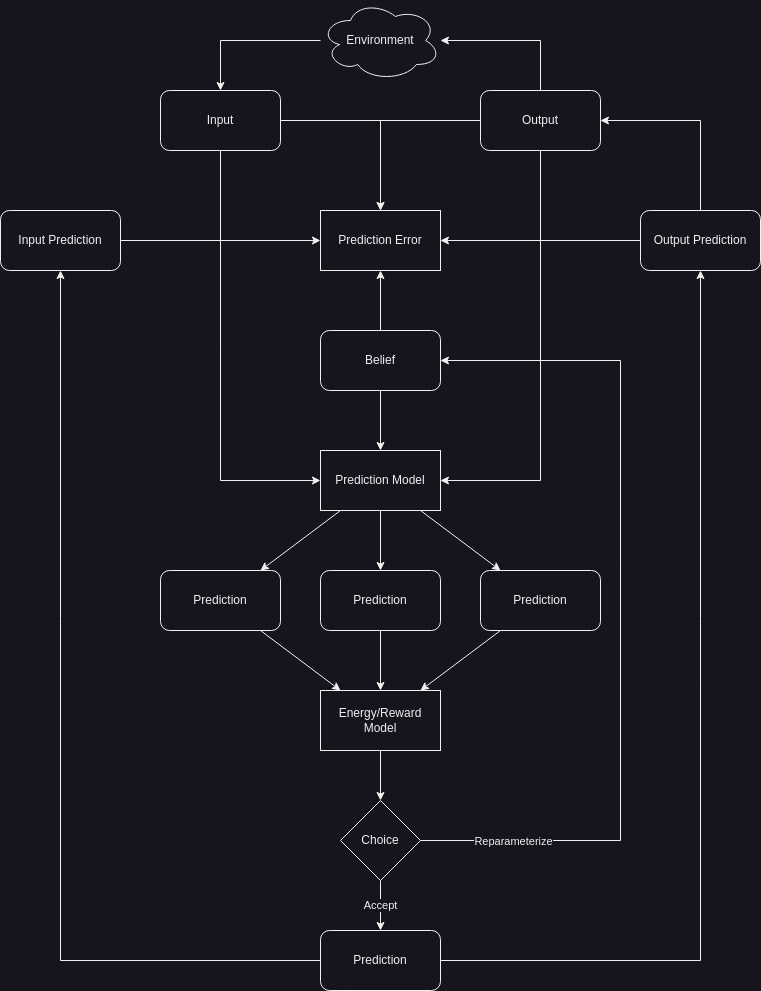
Above: active_inference.png in mtaylor91/ai (draw.io), before the change. Source tidied: cells renumbered, new cells last; positions are measured from the earlier drawing's top-left corner, leaving out a move shared by most shapes.
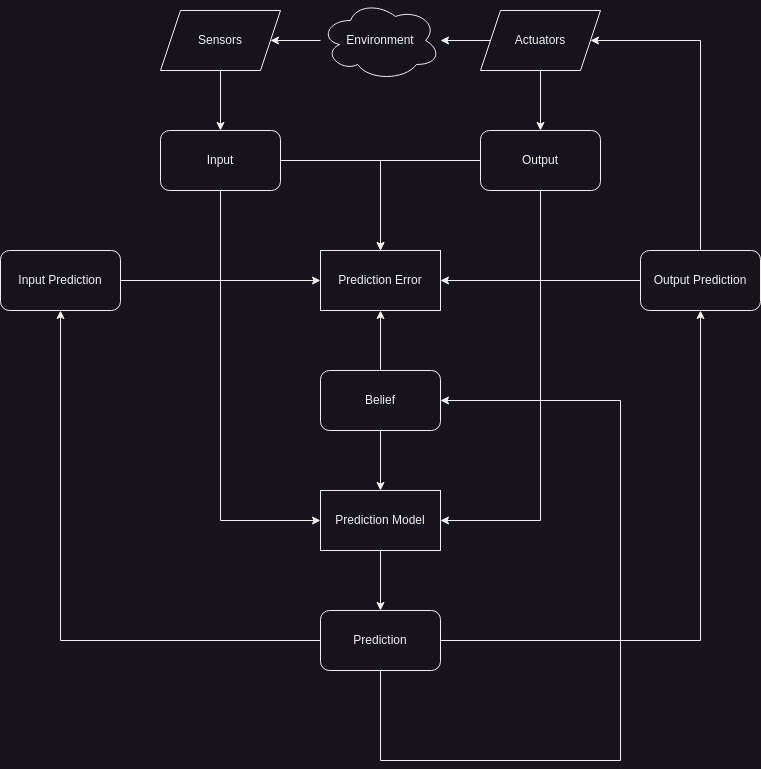
Above is the later version.

Diff of the diagram source:
```diff
@@ -15,32 +15,12 @@
     <mxCell id="4" value="Input" style="rounded=1;whiteSpace=wrap;html=1;" parent="1" vertex="1">
       <mxGeometry x="160" y="90" width="120" height="60" as="geometry" />
     </mxCell>
-    <mxCell id="5" style="edgeStyle=orthogonalEdgeStyle;rounded=0;jettySize=auto;html=1;" parent="1" edge="1" source="8" target="10">
-      <mxGeometry relative="1" as="geometry" />
-    </mxCell>
-    <mxCell id="6" style="rounded=0;jettySize=auto;html=1;" parent="1" edge="1" source="8" target="18">
-      <mxGeometry relative="1" as="geometry" />
-    </mxCell>
-    <mxCell id="7" style="rounded=0;jettySize=auto;html=1;" parent="1" edge="1" source="8" target="16">
-      <mxGeometry relative="1" as="geometry" />
-    </mxCell>
+    <mxCell id="39" style="edgeStyle=orthogonalEdgeStyle;rounded=0;jettySize=auto;html=1;" parent="1" edge="1" source="8" target="23">
+      <mxGeometry relative="1" as="geometry" />
+    </mxCell>
     <mxCell id="8" value="Prediction Model" style="rounded=0;whiteSpace=wrap;html=1;" parent="1" vertex="1">
       <mxGeometry x="320" y="450" width="120" height="60" as="geometry" />
     </mxCell>
-    <mxCell id="9" style="edgeStyle=orthogonalEdgeStyle;rounded=0;jettySize=auto;html=1;" parent="1" edge="1" source="10" target="25">
-      <mxGeometry relative="1" as="geometry" />
-    </mxCell>
-    <mxCell id="10" value="Prediction" style="rounded=1;whiteSpace=wrap;html=1;" parent="1" vertex="1">
-      <mxGeometry x="320" y="570" width="120" height="60" as="geometry" />
-    </mxCell>
-    <mxCell id="11" style="edgeStyle=orthogonalEdgeStyle;rounded=0;jettySize=auto;html=1;" parent="1" edge="1" source="14">
-      <mxGeometry relative="1" as="geometry">
-        <mxPoint x="440" y="40" as="targetPoint" />
-        <Array as="points">
-          <mxPoint x="540" y="40" />
-        </Array>
-      </mxGeometry>
-    </mxCell>
     <mxCell id="12" style="edgeStyle=orthogonalEdgeStyle;rounded=0;jettySize=auto;html=1;entryX=1;entryY=0.5;entryDx=0;entryDy=0;" parent="1" edge="1" source="14" target="8">
       <mxGeometry relative="1" as="geometry">
         <Array as="points">
@@ -54,25 +34,11 @@
     <mxCell id="14" value="Output" style="rounded=1;whiteSpace=wrap;html=1;" parent="1" vertex="1">
       <mxGeometry x="480" y="90" width="120" height="60" as="geometry" />
     </mxCell>
-    <mxCell id="15" style="rounded=0;jettySize=auto;html=1;" parent="1" edge="1" source="16" target="25">
-      <mxGeometry relative="1" as="geometry" />
-    </mxCell>
-    <mxCell id="16" value="Prediction" style="rounded=1;whiteSpace=wrap;html=1;" parent="1" vertex="1">
-      <mxGeometry x="480" y="570" width="120" height="60" as="geometry" />
-    </mxCell>
-    <mxCell id="17" style="rounded=0;jettySize=auto;html=1;" parent="1" edge="1" source="18" target="25">
-      <mxGeometry relative="1" as="geometry" />
-    </mxCell>
-    <mxCell id="18" value="Prediction" style="rounded=1;whiteSpace=wrap;html=1;" parent="1" vertex="1">
-      <mxGeometry x="160" y="570" width="120" height="60" as="geometry" />
-    </mxCell>
-    <mxCell id="19" style="edgeStyle=orthogonalEdgeStyle;rounded=0;jettySize=auto;html=1;" parent="1" edge="1" target="4">
-      <mxGeometry relative="1" as="geometry">
-        <mxPoint x="320" y="40" as="sourcePoint" />
-      </mxGeometry>
-    </mxCell>
+    <mxCell id="40" style="edgeStyle=orthogonalEdgeStyle;rounded=0;jettySize=auto;html=1;" parent="1" edge="1" source="20" target="44">
+      <mxGeometry relative="1" as="geometry" />
+    </mxCell>
     <mxCell id="20" value="Environment" style="ellipse;shape=cloud;whiteSpace=wrap;html=1;" parent="1" vertex="1">
-      <mxGeometry x="320" width="120" height="80" as="geometry" />
+      <mxGeometry x="320" y="-40" width="120" height="80" as="geometry" />
     </mxCell>
     <mxCell id="21" style="edgeStyle=orthogonalEdgeStyle;rounded=0;jettySize=auto;html=1;" parent="1" edge="1" source="23" target="27">
       <mxGeometry relative="1" as="geometry" />
@@ -80,53 +46,37 @@
     <mxCell id="22" style="edgeStyle=orthogonalEdgeStyle;rounded=0;jettySize=auto;html=1;" parent="1" edge="1" source="23" target="30">
       <mxGeometry relative="1" as="geometry" />
     </mxCell>
+    <mxCell id="41" style="edgeStyle=orthogonalEdgeStyle;rounded=0;jettySize=auto;html=1;" parent="1" edge="1" source="23" target="37">
+      <mxGeometry relative="1" as="geometry">
+        <Array as="points">
+          <mxPoint x="380" y="720" />
+          <mxPoint x="620" y="720" />
+          <mxPoint x="620" y="360" />
+        </Array>
+      </mxGeometry>
+    </mxCell>
     <mxCell id="23" value="Prediction" style="rounded=1;whiteSpace=wrap;html=1;" parent="1" vertex="1">
-      <mxGeometry x="320" y="930" width="120" height="60" as="geometry" />
+      <mxGeometry x="320" y="570" width="120" height="60" as="geometry" />
     </mxCell>
-    <mxCell id="24" style="edgeStyle=orthogonalEdgeStyle;rounded=0;jettySize=auto;html=1;" parent="1" edge="1" source="25" target="34">
-      <mxGeometry relative="1" as="geometry" />
-    </mxCell>
-    <mxCell id="25" value="Energy/Reward Model" style="rounded=0;whiteSpace=wrap;html=1;" parent="1" vertex="1">
-      <mxGeometry x="320" y="690" width="120" height="60" as="geometry" />
-    </mxCell>
     <mxCell id="26" style="edgeStyle=orthogonalEdgeStyle;rounded=0;jettySize=auto;html=1;" parent="1" edge="1" source="27" target="38">
       <mxGeometry relative="1" as="geometry" />
     </mxCell>
     <mxCell id="27" value="Input Prediction" style="rounded=1;whiteSpace=wrap;html=1;" parent="1" vertex="1">
       <mxGeometry y="210" width="120" height="60" as="geometry" />
     </mxCell>
-    <mxCell id="28" style="edgeStyle=orthogonalEdgeStyle;rounded=0;jettySize=auto;html=1;entryX=1;entryY=0.5;entryDx=0;entryDy=0;" parent="1" edge="1" source="30" target="14">
-      <mxGeometry relative="1" as="geometry">
-        <Array as="points">
-          <mxPoint x="700" y="120" />
-        </Array>
-      </mxGeometry>
-    </mxCell>
     <mxCell id="29" style="edgeStyle=orthogonalEdgeStyle;rounded=0;jettySize=auto;html=1;" parent="1" edge="1" source="30" target="38">
       <mxGeometry relative="1" as="geometry" />
     </mxCell>
+    <mxCell id="42" style="edgeStyle=orthogonalEdgeStyle;rounded=0;jettySize=auto;html=1;" parent="1" edge="1" source="30" target="47">
+      <mxGeometry relative="1" as="geometry">
+        <Array as="points">
+          <mxPoint x="700" />
+        </Array>
+      </mxGeometry>
+    </mxCell>
     <mxCell id="30" value="Output Prediction" style="rounded=1;whiteSpace=wrap;html=1;" parent="1" vertex="1">
       <mxGeometry x="640" y="210" width="120" height="60" as="geometry" />
     </mxCell>
-    <mxCell id="31" value="Accept" style="edgeStyle=orthogonalEdgeStyle;rounded=0;jettySize=auto;html=1;" parent="1" edge="1" source="34" target="23">
-      <mxGeometry relative="1" as="geometry" />
-    </mxCell>
-    <mxCell id="32" style="edgeStyle=orthogonalEdgeStyle;rounded=0;jettySize=auto;html=1;entryX=1;entryY=0.5;entryDx=0;entryDy=0;" parent="1" edge="1" source="34" target="37">
-      <mxGeometry relative="1" as="geometry">
-        <Array as="points">
-          <mxPoint x="620" y="840" />
-          <mxPoint x="620" y="360" />
-        </Array>
-      </mxGeometry>
-    </mxCell>
-    <mxCell id="33" value="Reparameterize" style="edgeLabel;html=1;align=center;verticalAlign=middle;" parent="32" vertex="1">
-      <mxGeometry x="-0.97" relative="1" as="geometry">
-        <mxPoint x="78" as="offset" />
-      </mxGeometry>
-    </mxCell>
-    <mxCell id="34" value="Choice" style="rhombus;whiteSpace=wrap;html=1;" parent="1" vertex="1">
-      <mxGeometry x="340" y="800" width="80" height="80" as="geometry" />
-    </mxCell>
     <mxCell id="35" style="edgeStyle=orthogonalEdgeStyle;rounded=0;jettySize=auto;html=1;" parent="1" edge="1" source="37" target="8">
       <mxGeometry relative="1" as="geometry" />
     </mxCell>
@@ -139,5 +89,20 @@
     <mxCell id="38" value="Prediction Error" style="rounded=0;whiteSpace=wrap;html=1;" parent="1" vertex="1">
       <mxGeometry x="320" y="210" width="120" height="60" as="geometry" />
     </mxCell>
+    <mxCell id="43" style="edgeStyle=orthogonalEdgeStyle;rounded=0;jettySize=auto;html=1;" parent="1" edge="1" source="44" target="4">
+      <mxGeometry relative="1" as="geometry" />
+    </mxCell>
+    <mxCell id="44" value="Sensors" style="shape=parallelogram;perimeter=parallelogramPerimeter;whiteSpace=wrap;html=1;fixedSize=1;" parent="1" vertex="1">
+      <mxGeometry x="160" y="-30" width="120" height="60" as="geometry" />
+    </mxCell>
+    <mxCell id="45" style="edgeStyle=orthogonalEdgeStyle;rounded=0;jettySize=auto;html=1;" parent="1" edge="1" source="47" target="20">
+      <mxGeometry relative="1" as="geometry" />
+    </mxCell>
+    <mxCell id="46" style="edgeStyle=orthogonalEdgeStyle;rounded=0;jettySize=auto;html=1;" parent="1" edge="1" source="47" target="14">
+      <mxGeometry relative="1" as="geometry" />
+    </mxCell>
+    <mxCell id="47" value="Actuators" style="shape=parallelogram;perimeter=parallelogramPerimeter;whiteSpace=wrap;html=1;fixedSize=1;" parent="1" vertex="1">
+      <mxGeometry x="480" y="-30" width="120" height="60" as="geometry" />
+    </mxCell>
   </root>
 </mxGraphModel>
```
